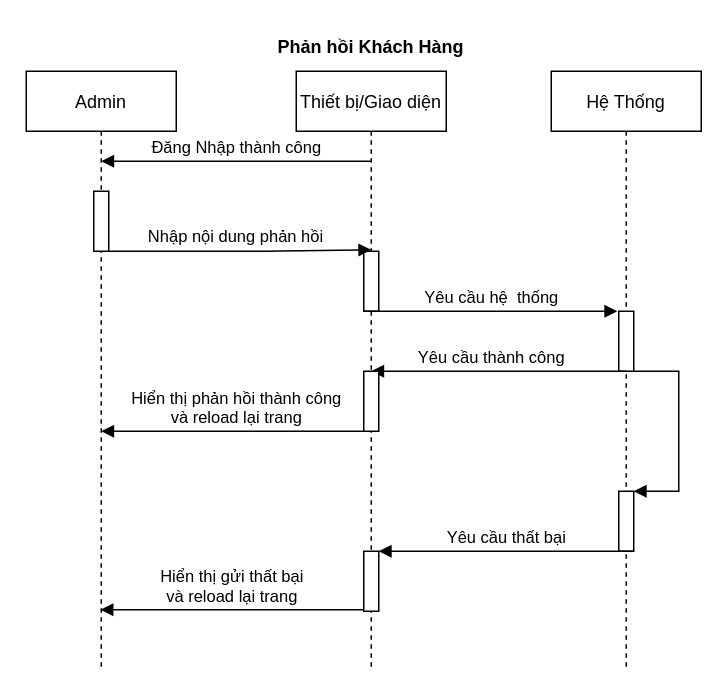
Above: Drawio/Admin_Feedback.drawio in LuanMinhNguyen/nhom2thuctapchuyennganh (draw.io), before the change. Source tidied: cells renumbered, new cells numbered last; positions are measured from the earlier drawing's top-left corner, leaving out a move shared by most shapes. Both pictures are drawn from the tidied source at 150%, with x=0, y=0 at pixel (26, 26).
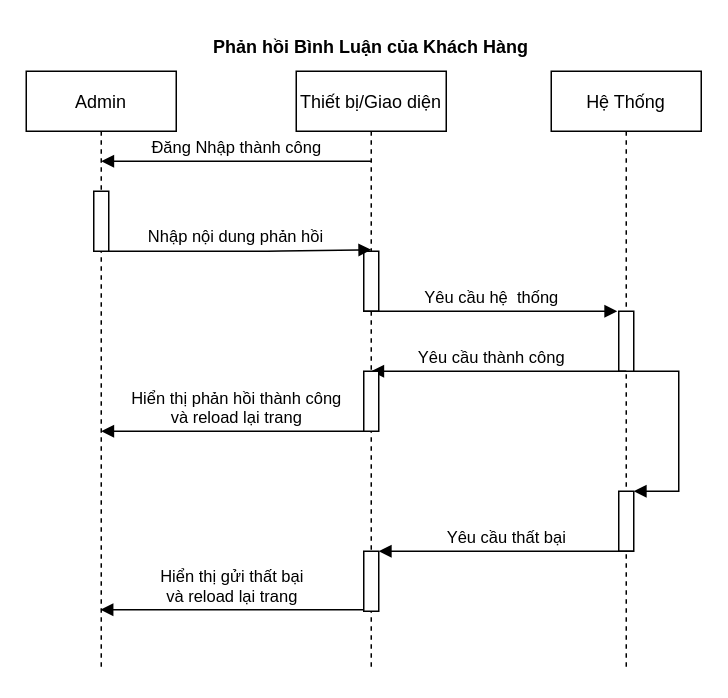
The same diagram, later.

The edit, as a diff of the source:
```diff
@@
-    <mxCell id="18" value="Phản hồi Khách Hàng" style="text;align=center;fontStyle=1;verticalAlign=middle;spacingLeft=3;spacingRight=3;strokeColor=none;" parent="1" vertex="1">
+    <mxCell id="18" value="Phản hồi Bình Luận của Khách Hàng" style="text;align=center;fontStyle=1;verticalAlign=middle;spacingLeft=3;spacingRight=3;strokeColor=none;" parent="1" vertex="1">
       <mxGeometry x="190" width="80" height="26" as="geometry" />
     </mxCell>
```
